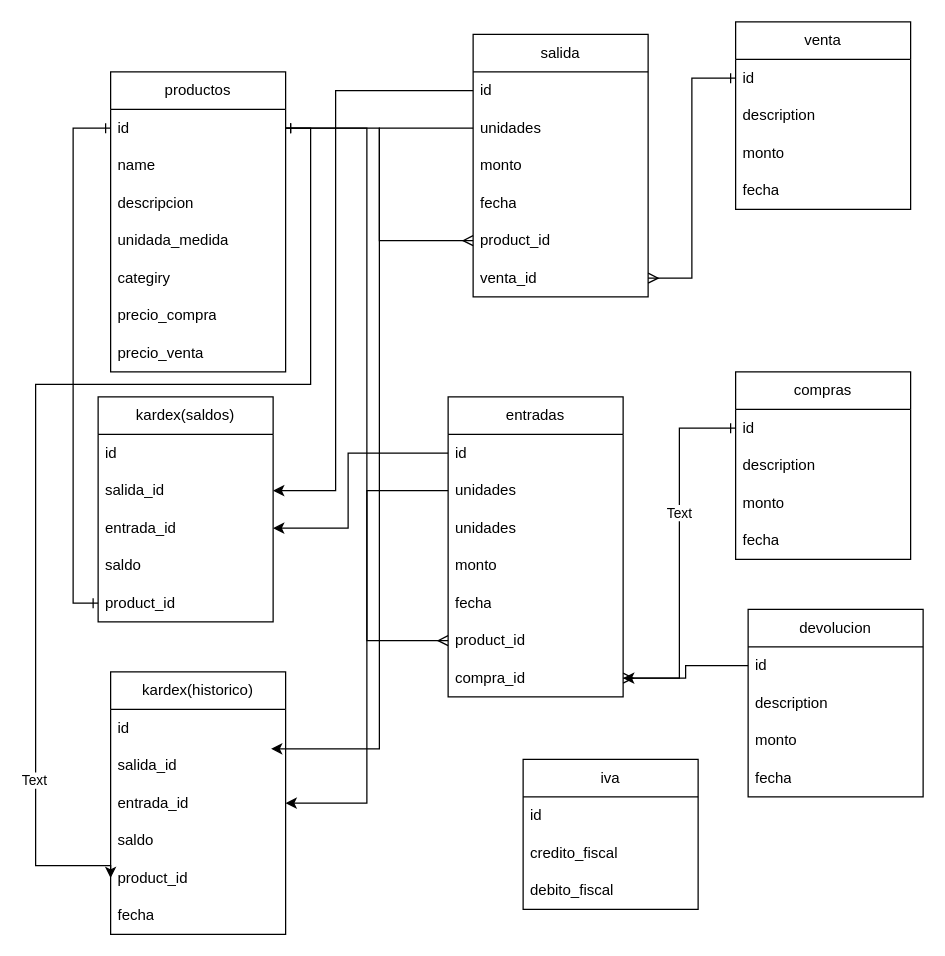
Earlier version of the draw.io diagram sistema_inventarios.drawio (MasterJhonny/diagramas). Source tidied: cells renumbered, new cells numbered last; positions are measured from the earlier drawing's top-left corner, leaving out a move shared by most shapes. Both pictures are drawn from the tidied source at 125%, with x=0, y=0 at pixel (35, 21).
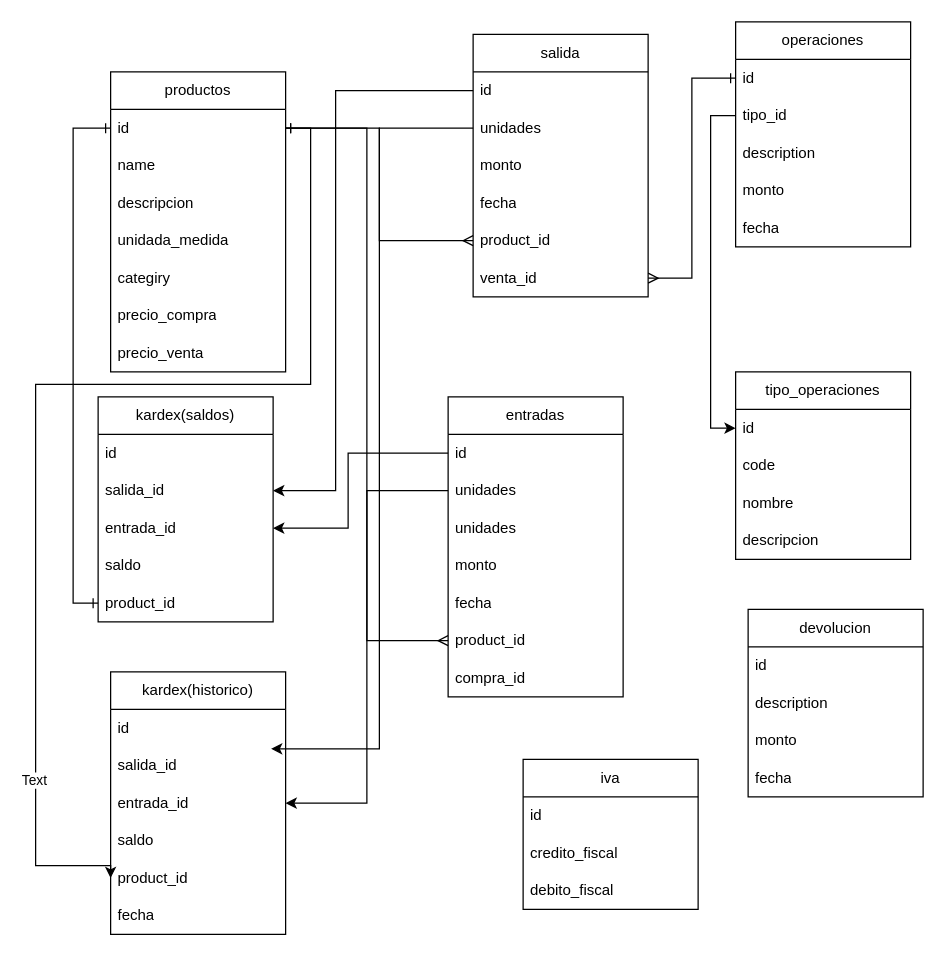
Above is the later version.

The change refers to these unchanged cells:
```xml
<mxCell id="22" value="compra_id" style="text;strokeColor=none;fillColor=none;align=left;verticalAlign=middle;spacingLeft=4;spacingRight=4;overflow=hidden;points=[[0,0.5],[1,0.5]];portConstraint=eastwest;whiteSpace=wrap;html=1;" parent="15" vertex="1">
  <mxGeometry y="210" width="140" height="30" as="geometry" />
</mxCell>
<mxCell id="39" value="id" style="text;strokeColor=none;fillColor=none;align=left;verticalAlign=middle;spacingLeft=4;spacingRight=4;overflow=hidden;points=[[0,0.5],[1,0.5]];portConstraint=eastwest;whiteSpace=wrap;html=1;" parent="38" vertex="1">
  <mxGeometry y="30" width="140" height="30" as="geometry" />
</mxCell>
<mxCell id="65" value="id" style="text;strokeColor=none;fillColor=none;align=left;verticalAlign=middle;spacingLeft=4;spacingRight=4;overflow=hidden;points=[[0,0.5],[1,0.5]];portConstraint=eastwest;whiteSpace=wrap;html=1;" parent="64" vertex="1">
  <mxGeometry y="30" width="140" height="30" as="geometry" />
</mxCell>
```

The edit, as a diff of the source:
```diff
@@
-    <mxCell id="10" value="venta" style="swimlane;fontStyle=0;horizontal=1;startSize=30;whiteSpace=wrap;html=1;" parent="1" vertex="1">
-      <mxGeometry x="560" width="140" height="150" as="geometry" />
+    <mxCell id="10" value="operaciones" style="swimlane;fontStyle=0;horizontal=1;startSize=30;whiteSpace=wrap;html=1;" parent="1" vertex="1">
+      <mxGeometry x="560" width="140" height="180" as="geometry" />
     </mxCell>
@@
-    <mxCell id="12" value="description" style="text;strokeColor=none;fillColor=none;align=left;verticalAlign=middle;spacingLeft=4;spacingRight=4;overflow=hidden;points=[[0,0.5],[1,0.5]];portConstraint=eastwest;whiteSpace=wrap;html=1;" parent="10" vertex="1">
+    <mxCell id="12" value="tipo_id" style="text;strokeColor=none;fillColor=none;align=left;verticalAlign=middle;spacingLeft=4;spacingRight=4;overflow=hidden;points=[[0,0.5],[1,0.5]];portConstraint=eastwest;whiteSpace=wrap;html=1;" parent="10" vertex="1">
       <mxGeometry y="60" width="140" height="30" as="geometry" />
     </mxCell>
+    <mxCell id="70" value="description" style="text;strokeColor=none;fillColor=none;align=left;verticalAlign=middle;spacingLeft=4;spacingRight=4;overflow=hidden;whiteSpace=wrap;html=1;" parent="10" vertex="1">
+      <mxGeometry y="90" width="140" height="30" as="geometry" />
+    </mxCell>
     <mxCell id="13" value="monto" style="text;strokeColor=none;fillColor=none;align=left;verticalAlign=middle;spacingLeft=4;spacingRight=4;overflow=hidden;whiteSpace=wrap;html=1;" parent="10" vertex="1">
-      <mxGeometry y="90" width="140" height="30" as="geometry" />
+      <mxGeometry y="120" width="140" height="30" as="geometry" />
     </mxCell>
     <mxCell id="14" value="fecha" style="text;strokeColor=none;fillColor=none;align=left;verticalAlign=middle;spacingLeft=4;spacingRight=4;overflow=hidden;whiteSpace=wrap;html=1;" parent="10" vertex="1">
-      <mxGeometry y="120" width="140" height="30" as="geometry" />
+      <mxGeometry y="150" width="140" height="30" as="geometry" />
     </mxCell>
@@
-    <mxCell id="38" value="compras" style="swimlane;fontStyle=0;horizontal=1;startSize=30;whiteSpace=wrap;html=1;" parent="1" vertex="1">
+    <mxCell id="38" value="tipo_operaciones" style="swimlane;fontStyle=0;horizontal=1;startSize=30;whiteSpace=wrap;html=1;" parent="1" vertex="1">
       <mxGeometry x="560" y="280" width="140" height="150" as="geometry" />
     </mxCell>
@@
+    <mxCell id="71" value="code" style="text;strokeColor=none;fillColor=none;align=left;verticalAlign=middle;spacingLeft=4;spacingRight=4;overflow=hidden;whiteSpace=wrap;html=1;" parent="38" vertex="1">
+      <mxGeometry y="60" width="140" height="30" as="geometry" />
+    </mxCell>
-    <mxCell id="40" value="description" style="text;strokeColor=none;fillColor=none;align=left;verticalAlign=middle;spacingLeft=4;spacingRight=4;overflow=hidden;whiteSpace=wrap;html=1;" parent="38" vertex="1">
-      <mxGeometry y="60" width="140" height="30" as="geometry" />
+    <mxCell id="40" value="nombre" style="text;strokeColor=none;fillColor=none;align=left;verticalAlign=middle;spacingLeft=4;spacingRight=4;overflow=hidden;whiteSpace=wrap;html=1;" parent="38" vertex="1">
+      <mxGeometry y="90" width="140" height="30" as="geometry" />
     </mxCell>
-    <mxCell id="41" value="monto" style="text;strokeColor=none;fillColor=none;align=left;verticalAlign=middle;spacingLeft=4;spacingRight=4;overflow=hidden;whiteSpace=wrap;html=1;" parent="38" vertex="1">
-      <mxGeometry y="90" width="140" height="30" as="geometry" />
+    <mxCell id="41" value="descripcion" style="text;strokeColor=none;fillColor=none;align=left;verticalAlign=middle;spacingLeft=4;spacingRight=4;overflow=hidden;whiteSpace=wrap;html=1;" parent="38" vertex="1">
+      <mxGeometry y="120" width="140" height="30" as="geometry" />
     </mxCell>
-    <mxCell id="42" value="fecha" style="text;strokeColor=none;fillColor=none;align=left;verticalAlign=middle;spacingLeft=4;spacingRight=4;overflow=hidden;whiteSpace=wrap;html=1;" parent="38" vertex="1">
-      <mxGeometry y="120" width="140" height="30" as="geometry" />
-    </mxCell>
@@
-    <mxCell id="45" style="edgeStyle=orthogonalEdgeStyle;rounded=0;jettySize=auto;html=1;entryX=1;entryY=0.5;entryDx=0;entryDy=0;startArrow=ERone;startFill=0;endArrow=ERmany;endFill=0;" parent="1" edge="1" source="39" target="22">
-      <mxGeometry relative="1" as="geometry" />
-    </mxCell>
-    <mxCell id="46" value="Text" style="edgeLabel;html=1;align=center;verticalAlign=middle;" parent="45" vertex="1">
-      <mxGeometry x="-0.23" y="-1" relative="1" as="geometry" />
-    </mxCell>
@@
-    <mxCell id="69" style="edgeStyle=orthogonalEdgeStyle;rounded=0;jettySize=auto;html=1;entryX=1;entryY=0.5;entryDx=0;entryDy=0;" parent="1" edge="1" source="65" target="22">
-      <mxGeometry relative="1" as="geometry" />
-    </mxCell>
+    <mxCell id="72" style="edgeStyle=orthogonalEdgeStyle;rounded=0;jettySize=auto;html=1;entryX=0;entryY=0.5;entryDx=0;entryDy=0;" parent="1" edge="1" source="12" target="39">
+      <mxGeometry relative="1" as="geometry" />
+    </mxCell>
```
